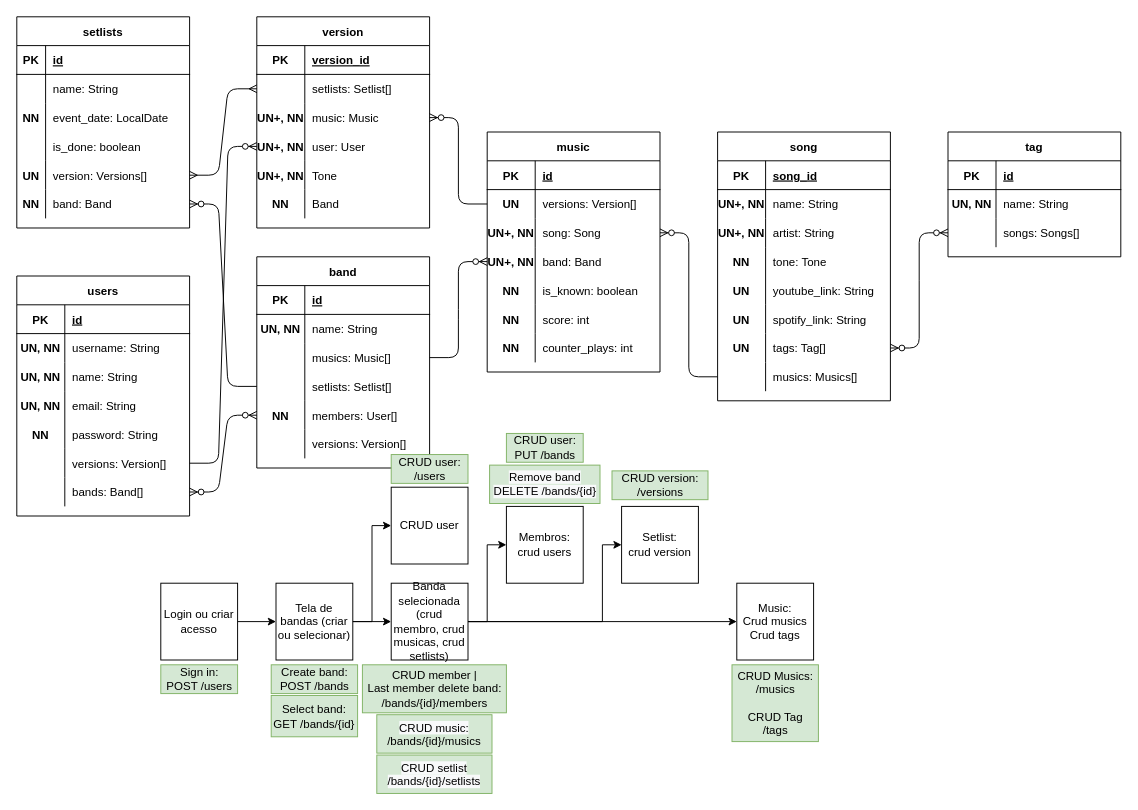
The draw.io diagram design/diagram.drawio in igormateus/repertapp-api, before the edit. Source tidied: cells renumbered, new cells numbered last; positions are measured from the earlier drawing's top-left corner, leaving out a move shared by most shapes. Both pictures are drawn from the tidied source at 96%, with x=0, y=0 at pixel (16, 16).
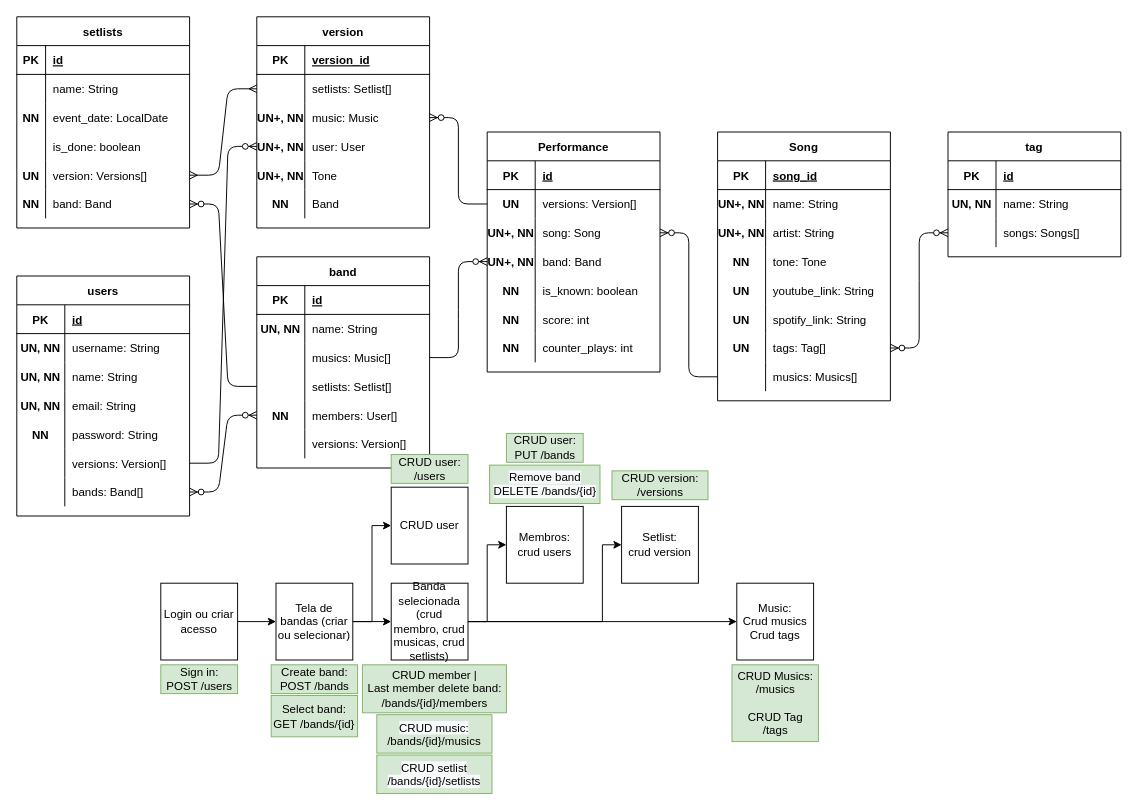
The same diagram, later.

Diff of the diagram source:
```diff
@@
-    <mxCell id="2" value="song" style="shape=table;startSize=30;childLayout=tableLayout;rowLines=0;fontStyle=1;align=center;" parent="1" vertex="1">
+    <mxCell id="2" value="Song" style="shape=table;startSize=30;childLayout=tableLayout;rowLines=0;fontStyle=1;align=center;" parent="1" vertex="1">
       <mxGeometry x="730" y="120" width="180" height="280" as="geometry" />
     </mxCell>
@@
-    <mxCell id="120" value="music" style="shape=table;startSize=30;childLayout=tableLayout;rowLines=0;fontStyle=1;align=center;" parent="1" vertex="1">
+    <mxCell id="120" value="Performance" style="shape=table;startSize=30;childLayout=tableLayout;rowLines=0;fontStyle=1;align=center;" parent="1" vertex="1">
       <mxGeometry x="490" y="120" width="180" height="250" as="geometry" />
     </mxCell>
```
